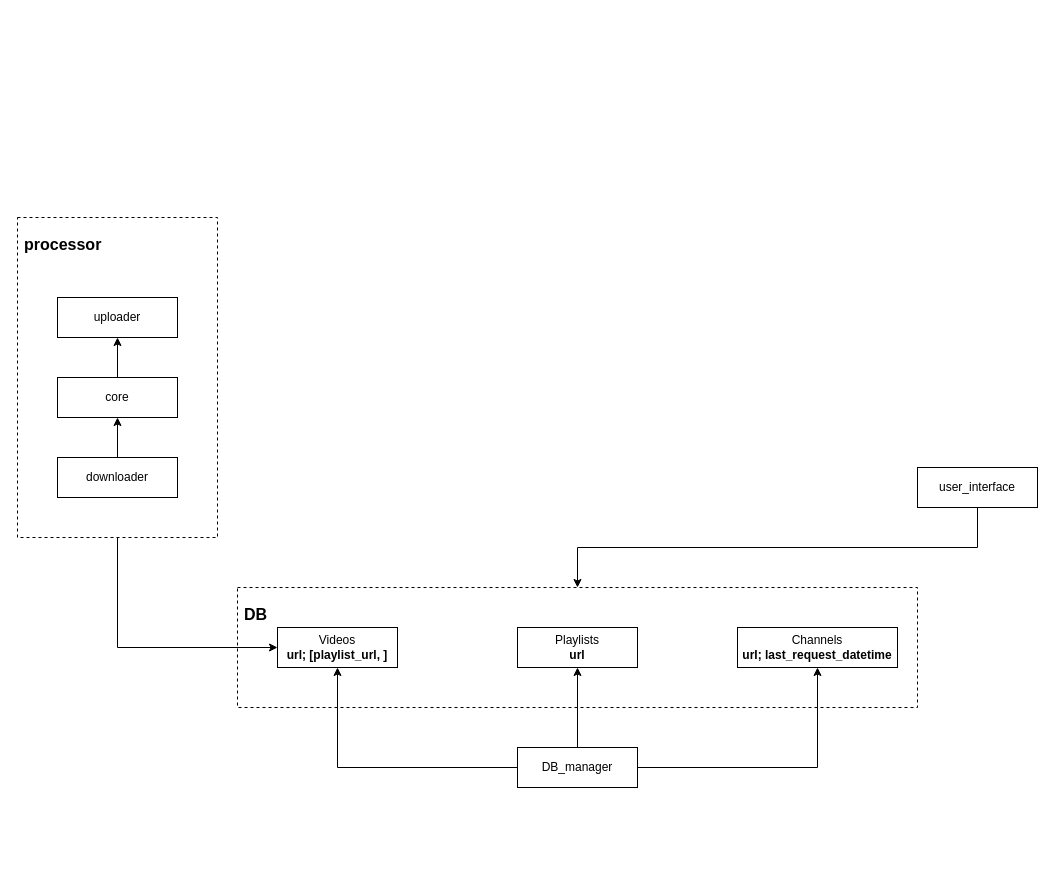
The draw.io diagram Untitled Diagram.drawio in Sinoosoida/PyCutBot, before the edit. Source tidied: cells renumbered, new cells numbered last; positions are measured from the earlier drawing's top-left corner, leaving out a move shared by most shapes. Both pictures are drawn from the tidied source at 100%, with x=0, y=0 at pixel (17, 217).
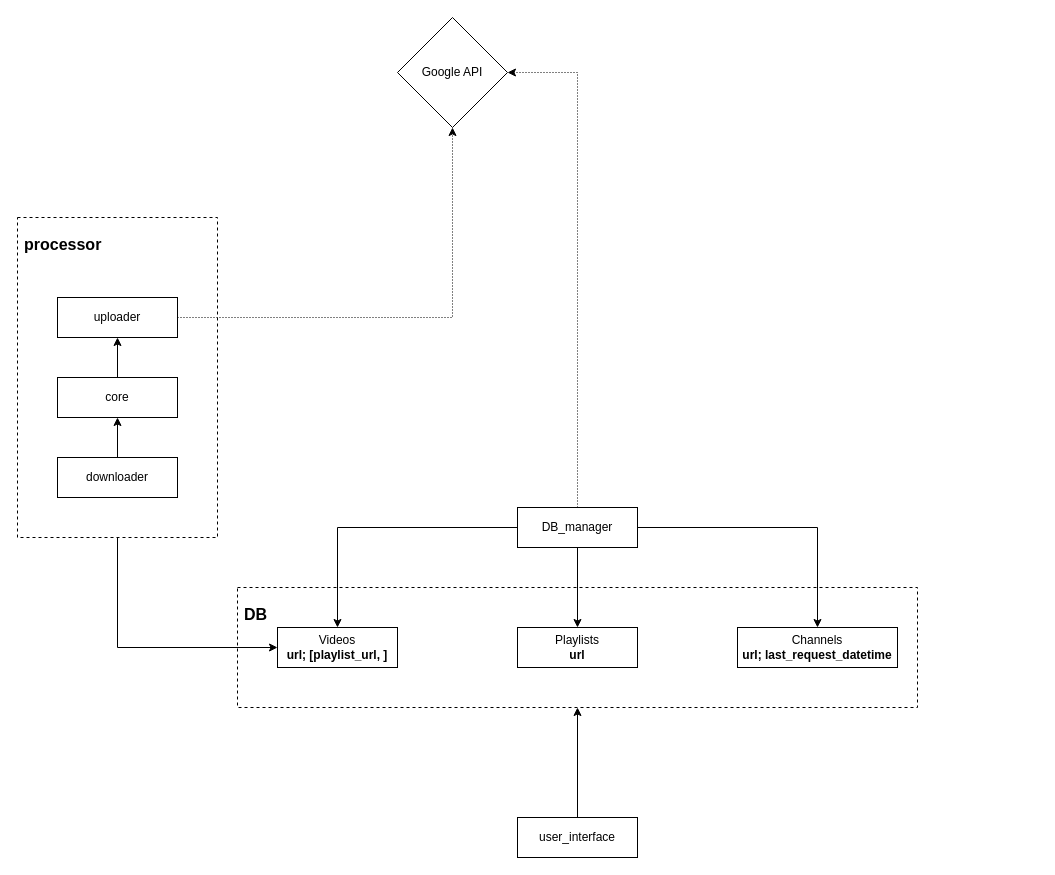
Above is the later version.

Commit message:
Add API to UML

The change refers to these unchanged cells:
```xml
<mxCell id="3" value="&lt;h1 style=&quot;font-size: 16px&quot;&gt;DB&lt;/h1&gt;" style="rounded=0;whiteSpace=wrap;html=1;dashed=1;align=left;verticalAlign=top;horizontal=1;fontSize=16;spacingLeft=5;" parent="1" vertex="1">
  <mxGeometry x="220" y="370" width="680" height="120" as="geometry" />
</mxCell>
<mxCell id="4" value="Videos&lt;br&gt;&lt;b&gt;url; [playlist_url, ]&lt;/b&gt;" style="rounded=0;whiteSpace=wrap;html=1;" parent="1" vertex="1">
  <mxGeometry x="260" y="410" width="120" height="40" as="geometry" />
</mxCell>
<mxCell id="6" value="Channels&lt;br&gt;&lt;b&gt;url; last_request_datetime&lt;br&gt;&lt;/b&gt;" style="rounded=0;whiteSpace=wrap;html=1;" parent="1" vertex="1">
  <mxGeometry x="720" y="410" width="160" height="40" as="geometry" />
</mxCell>
<mxCell id="15" value="uploader" style="rounded=0;whiteSpace=wrap;html=1;" parent="1" vertex="1">
  <mxGeometry x="40" y="80" width="120" height="40" as="geometry" />
</mxCell>
```

Change to the diagram source:
```diff
@@
-    <mxCell id="7" style="edgeStyle=orthogonalEdgeStyle;rounded=0;jettySize=auto;html=1;entryX=0.5;entryY=1;entryDx=0;entryDy=0;fontSize=16;" parent="1" edge="1" source="10" target="4">
-      <mxGeometry relative="1" as="geometry" />
+    <mxCell id="7" style="edgeStyle=orthogonalEdgeStyle;rounded=0;jettySize=auto;html=1;entryX=0.5;entryY=0;entryDx=0;entryDy=0;fontSize=16;exitX=0;exitY=0.5;exitDx=0;exitDy=0;" parent="1" edge="1" source="10" target="4">
+      <mxGeometry relative="1" as="geometry">
+        <Array as="points">
+          <mxPoint x="320" y="310" />
+        </Array>
+      </mxGeometry>
     </mxCell>
@@
-    <mxCell id="9" style="edgeStyle=orthogonalEdgeStyle;rounded=0;jettySize=auto;html=1;entryX=0.5;entryY=1;entryDx=0;entryDy=0;fontSize=16;" parent="1" edge="1" source="10" target="6">
+    <mxCell id="9" style="edgeStyle=orthogonalEdgeStyle;rounded=0;jettySize=auto;html=1;entryX=0.5;entryY=0;entryDx=0;entryDy=0;fontSize=16;" parent="1" edge="1" source="10" target="6">
       <mxGeometry relative="1" as="geometry" />
     </mxCell>
+    <mxCell id="19" style="edgeStyle=orthogonalEdgeStyle;rounded=0;jettySize=auto;html=1;entryX=1;entryY=0.5;entryDx=0;entryDy=0;dashed=1;dashPattern=1 2;exitX=0.5;exitY=0;exitDx=0;exitDy=0;" parent="1" edge="1" source="10" target="21">
+      <mxGeometry relative="1" as="geometry" />
+    </mxCell>
     <mxCell id="10" value="DB_manager" style="rounded=0;whiteSpace=wrap;html=1;" parent="1" vertex="1">
-      <mxGeometry x="500" y="530" width="120" height="40" as="geometry" />
+      <mxGeometry x="500" y="290" width="120" height="40" as="geometry" />
     </mxCell>
-    <mxCell id="11" style="edgeStyle=orthogonalEdgeStyle;rounded=0;jettySize=auto;html=1;entryX=0.5;entryY=0;entryDx=0;entryDy=0;fontSize=16;" parent="1" edge="1" source="12" target="3">
+    <mxCell id="11" style="edgeStyle=orthogonalEdgeStyle;rounded=0;jettySize=auto;html=1;entryX=0.5;entryY=1;entryDx=0;entryDy=0;fontSize=16;" parent="1" edge="1" source="12" target="3">
       <mxGeometry relative="1" as="geometry" />
     </mxCell>
     <mxCell id="12" value="user_interface" style="rounded=0;whiteSpace=wrap;html=1;" parent="1" vertex="1">
-      <mxGeometry x="900" y="250" width="120" height="40" as="geometry" />
+      <mxGeometry x="500" y="600" width="120" height="40" as="geometry" />
     </mxCell>
@@
+    <mxCell id="20" style="edgeStyle=orthogonalEdgeStyle;rounded=0;jettySize=auto;html=1;entryX=0.5;entryY=1;entryDx=0;entryDy=0;dashed=1;dashPattern=1 2;" parent="1" edge="1" source="15" target="21">
+      <mxGeometry relative="1" as="geometry" />
+    </mxCell>
@@
+    <mxCell id="21" value="Google API" style="rhombus;whiteSpace=wrap;html=1;" parent="1" vertex="1">
+      <mxGeometry x="380" y="-200" width="110" height="110" as="geometry" />
+    </mxCell>
```
